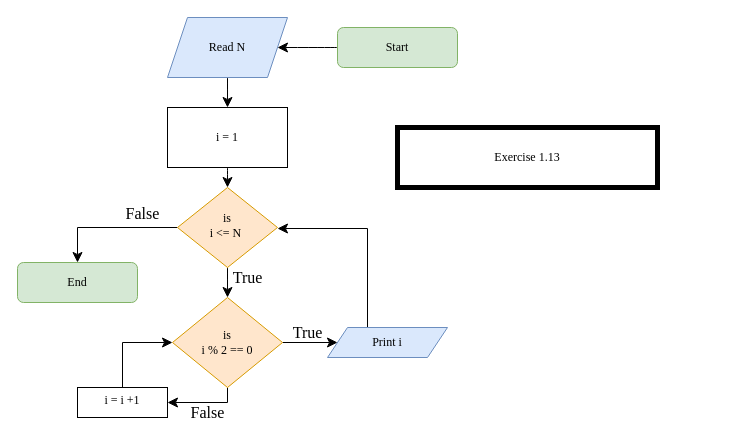
This is Exercise1_13.drawio from LONGDKZdev/Flowchart, a draw.io file, before an edit. Source tidied: cells renumbered, new cells numbered last; positions are measured from the earlier drawing's top-left corner, leaving out a move shared by most shapes. Both pictures are drawn from the tidied source at 100%, with x=0, y=0 at pixel (17, 17).
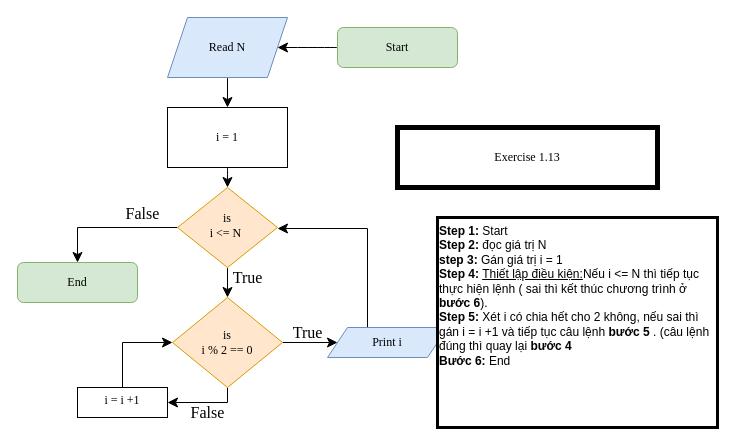
The same page after the edit.

Change to the diagram source:
```diff
@@
+    <mxCell id="24" value="&lt;b&gt;Step 1:&lt;/b&gt; Start&lt;div&gt;&lt;b&gt;Step 2:&lt;/b&gt; đọc giá trị N&lt;/div&gt;&lt;div&gt;&lt;b&gt;step 3:&lt;/b&gt; Gán giá trị i = 1&lt;/div&gt;&lt;div&gt;&lt;b&gt;Step 4:&lt;/b&gt; &lt;u&gt;Thiết lập điều kiện:&lt;/u&gt;Nếu i &amp;lt;= N thì tiếp tục thực hiện lệnh&amp;nbsp;&lt;span style=&quot;background-color: initial;&quot;&gt;( sai thì kết thúc chương trình ở &lt;b&gt;bước 6&lt;/b&gt;).&lt;/span&gt;&lt;/div&gt;&lt;div&gt;&lt;span style=&quot;background-color: initial;&quot;&gt;&lt;b&gt;Step 5:&lt;/b&gt; X&lt;/span&gt;&lt;span style=&quot;background-color: initial;&quot;&gt;ét i có chia hết cho 2 không, nếu sai thì gán i = i +1 và tiếp tục câu lệnh &lt;b&gt;bước 5&lt;/b&gt; . (câu lệnh đúng thì quay lại &lt;b&gt;bước 4&lt;/b&gt;&lt;/span&gt;&lt;/div&gt;&lt;div&gt;&lt;span style=&quot;background-color: initial;&quot;&gt;&lt;b&gt;Bước 6: &lt;/b&gt;End&lt;/span&gt;&lt;/div&gt;" style="whiteSpace=wrap;html=1;verticalAlign=top;align=left;strokeWidth=3;" parent="1" vertex="1">
+      <mxGeometry x="420" y="200" width="280" height="210" as="geometry" />
+    </mxCell>
```
